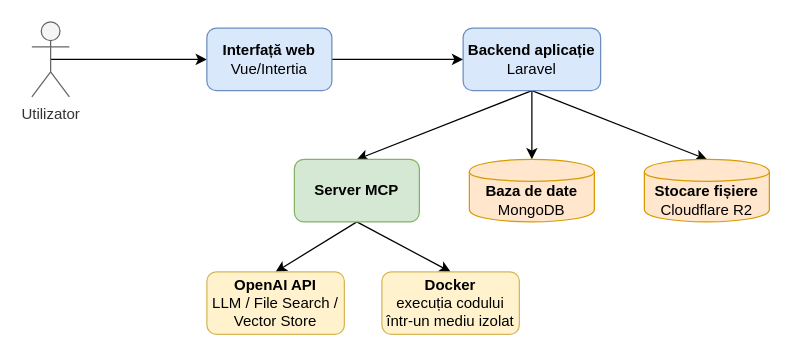
Earlier version of the draw.io diagram page "Arhitectura generală a aplicației" (1 of 13) of Docs/Proiectare si Implementare.drawio (popalexr/Document-Interrogation-System). Source tidied: cells renumbered, new cells numbered last; positions are measured from the earlier drawing's top-left corner, leaving out a move shared by most shapes. Both pictures are drawn from the tidied source at 125%, with x=0, y=0 at pixel (31, 21).
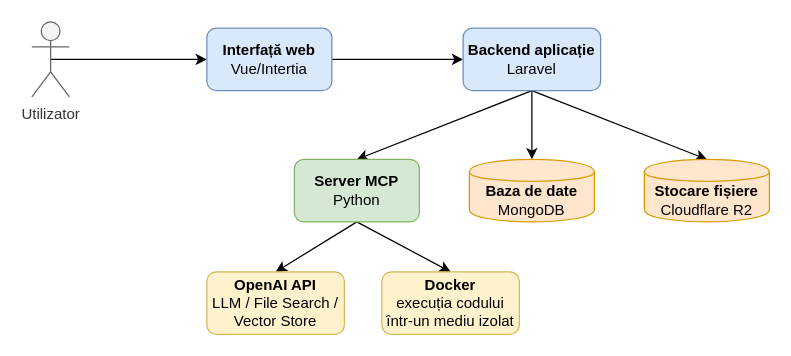
The same page after the edit.

Change to the diagram source:
```diff
@@
 <mxGraphModel>
   <root>
     <mxCell id="0" />
     <mxCell id="1" parent="0" />
     <mxCell id="2" style="edgeStyle=orthogonalEdgeStyle;rounded=0;jettySize=auto;html=1;exitX=0.5;exitY=0.5;exitDx=0;exitDy=0;exitPerimeter=0;" parent="1" edge="1" source="3" target="5">
       <mxGeometry relative="1" as="geometry" />
     </mxCell>
     <mxCell id="3" value="Utilizator" style="shape=umlActor;verticalLabelPosition=bottom;verticalAlign=top;html=1;outlineConnect=0;fillColor=#f5f5f5;fontColor=#333333;strokeColor=#666666;" parent="1" vertex="1">
       <mxGeometry width="30" height="60" as="geometry" />
     </mxCell>
     <mxCell id="4" style="edgeStyle=orthogonalEdgeStyle;rounded=0;jettySize=auto;html=1;exitX=1;exitY=0.5;exitDx=0;exitDy=0;entryX=0;entryY=0.5;entryDx=0;entryDy=0;startArrow=none;startFill=0;" parent="1" edge="1" source="5" target="9">
       <mxGeometry relative="1" as="geometry" />
     </mxCell>
     <mxCell id="5" value="&lt;b&gt;Interfață web&lt;/b&gt;&lt;div&gt;Vue/Intertia&lt;/div&gt;" style="rounded=1;whiteSpace=wrap;html=1;fillColor=#dae8fc;strokeColor=#6c8ebf;" parent="1" vertex="1">
       <mxGeometry x="140" y="5" width="100" height="50" as="geometry" />
     </mxCell>
     <mxCell id="6" style="edgeStyle=orthogonalEdgeStyle;rounded=0;jettySize=auto;html=1;exitX=0.5;exitY=1;exitDx=0;exitDy=0;" parent="1" edge="1" source="9" target="10">
       <mxGeometry relative="1" as="geometry" />
     </mxCell>
     <mxCell id="7" style="edgeStyle=none;rounded=0;jettySize=auto;html=1;exitX=0.5;exitY=1;exitDx=0;exitDy=0;entryX=0.5;entryY=0;entryDx=0;entryDy=0;" parent="1" edge="1" source="9" target="11">
       <mxGeometry relative="1" as="geometry" />
     </mxCell>
     <mxCell id="8" style="edgeStyle=none;rounded=0;jettySize=auto;html=1;exitX=0.5;exitY=1;exitDx=0;exitDy=0;entryX=0.5;entryY=0;entryDx=0;entryDy=0;" parent="1" edge="1" source="9" target="14">
       <mxGeometry relative="1" as="geometry" />
     </mxCell>
     <mxCell id="9" value="&lt;b&gt;Backend aplicație&lt;/b&gt;&lt;div&gt;Laravel&lt;/div&gt;" style="rounded=1;whiteSpace=wrap;html=1;fillColor=#dae8fc;strokeColor=#6c8ebf;" parent="1" vertex="1">
       <mxGeometry x="345" y="5" width="110" height="50" as="geometry" />
     </mxCell>
     <mxCell id="10" value="&lt;div&gt;&lt;b&gt;Baza de date&lt;/b&gt;&lt;/div&gt;&lt;div&gt;MongoDB&lt;/div&gt;" style="shape=cylinder;whiteSpace=wrap;html=1;boundedLbl=1;backgroundOutline=1;fillColor=#ffe6cc;strokeColor=#d79b00;" parent="1" vertex="1">
       <mxGeometry x="350" y="110" width="100" height="50" as="geometry" />
     </mxCell>
     <mxCell id="11" value="&lt;b&gt;Stocare fișiere&lt;/b&gt;&lt;div&gt;Cloudflare R2&lt;/div&gt;" style="shape=cylinder;whiteSpace=wrap;html=1;boundedLbl=1;backgroundOutline=1;fillColor=#ffe6cc;strokeColor=#d79b00;" parent="1" vertex="1">
       <mxGeometry x="490" y="110" width="100" height="50" as="geometry" />
     </mxCell>
     <mxCell id="12" style="edgeStyle=none;rounded=0;jettySize=auto;html=1;exitX=0.5;exitY=1;exitDx=0;exitDy=0;entryX=0.5;entryY=0;entryDx=0;entryDy=0;" parent="1" edge="1" source="14" target="15">
       <mxGeometry relative="1" as="geometry" />
     </mxCell>
     <mxCell id="13" style="edgeStyle=none;rounded=0;jettySize=auto;html=1;exitX=0.5;exitY=1;exitDx=0;exitDy=0;entryX=0.5;entryY=0;entryDx=0;entryDy=0;" parent="1" edge="1" source="14" target="16">
       <mxGeometry relative="1" as="geometry" />
     </mxCell>
-    <mxCell id="14" value="&lt;b&gt;Server MCP&lt;/b&gt;" style="rounded=1;whiteSpace=wrap;html=1;fillColor=#d5e8d4;strokeColor=#82b366;" parent="1" vertex="1">
+    <mxCell id="14" value="&lt;b&gt;Server MCP&lt;/b&gt;&lt;div&gt;Python&lt;/div&gt;" style="rounded=1;whiteSpace=wrap;html=1;fillColor=#d5e8d4;strokeColor=#82b366;" parent="1" vertex="1">
       <mxGeometry x="210" y="110" width="100" height="50" as="geometry" />
     </mxCell>
     <mxCell id="15" value="&lt;b&gt;OpenAI API&lt;/b&gt;&lt;div&gt;LLM / File Search / Vector Store&lt;/div&gt;" style="rounded=1;whiteSpace=wrap;html=1;fillColor=#fff2cc;strokeColor=#d6b656;" parent="1" vertex="1">
       <mxGeometry x="140" y="200" width="110" height="50" as="geometry" />
     </mxCell>
     <mxCell id="16" value="&lt;b&gt;Docker&lt;/b&gt;&lt;div&gt;execuția codului într-un mediu izolat&lt;/div&gt;" style="rounded=1;whiteSpace=wrap;html=1;fillColor=#fff2cc;strokeColor=#d6b656;" parent="1" vertex="1">
       <mxGeometry x="280" y="200" width="110" height="50" as="geometry" />
     </mxCell>
   </root>
 </mxGraphModel>
```
